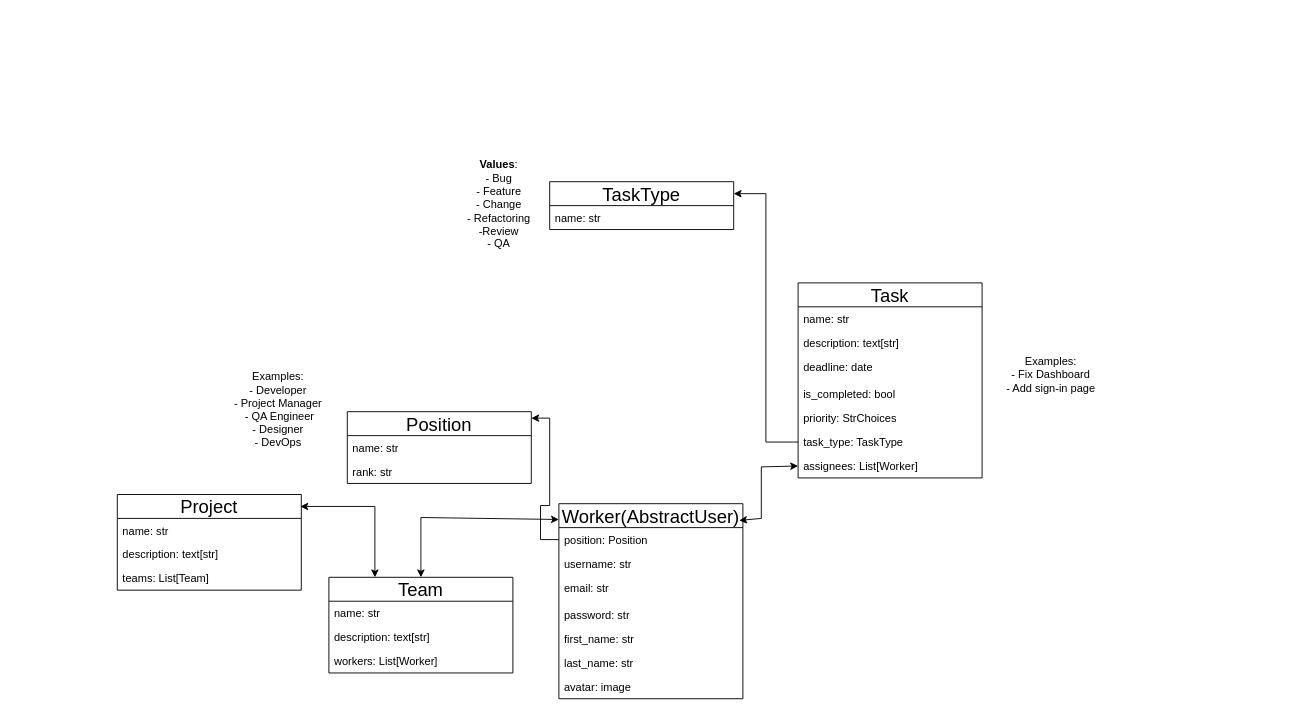
Earlier version of the draw.io diagram database_models.drawio (4Dream-UA/Space.4Dream). Source tidied: cells renumbered, new cells numbered last; positions are measured from the earlier drawing's top-left corner, leaving out a move shared by most shapes. Both pictures are drawn from the tidied source at 92%, with x=0, y=0 at pixel (117, 16).
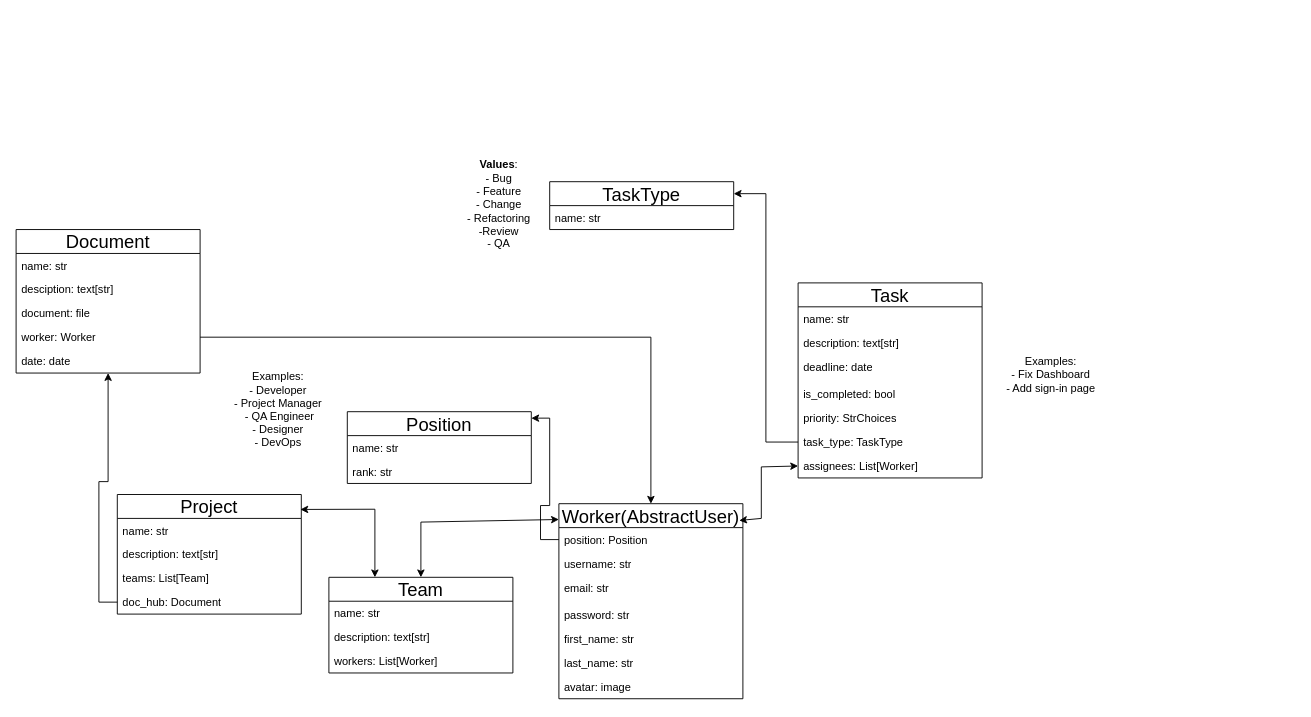
The same page after the edit.

Commit message:
Add document table in uml database_models

The change refers to these unchanged cells:
```xml
<mxCell id="10" value="Worker(AbstractUser)" style="swimlane;fontStyle=0;horizontal=1;startSize=26;fillColor=none;whiteSpace=wrap;html=1;fontSize=20;" parent="1" vertex="1">
  <mxGeometry x="480" y="530" width="200" height="212" as="geometry" />
</mxCell>
<mxCell id="26" value="Team" style="swimlane;fontStyle=0;horizontal=1;startSize=26;fillColor=none;whiteSpace=wrap;html=1;fontSize=20;" parent="1" vertex="1">
  <mxGeometry x="230" y="610" width="200" height="104" as="geometry" />
</mxCell>
```

The edit, as a diff of the source:
```diff
@@
     <mxCell id="30" style="endArrow=classic;startArrow=classic;html=1;rounded=0;entryX=0;entryY=0.081;entryDx=0;entryDy=0;entryPerimeter=0;exitX=0.5;exitY=0;exitDx=0;exitDy=0;" parent="1" edge="1" source="26" target="10">
       <mxGeometry relative="1" as="geometry">
         <Array as="points">
-          <mxPoint x="330" y="545" />
+          <mxPoint x="330" y="550" />
         </Array>
       </mxGeometry>
     </mxCell>
     <mxCell id="31" value="Project" style="swimlane;fontStyle=0;horizontal=1;startSize=26;fillColor=none;whiteSpace=wrap;html=1;fontSize=20;" parent="1" vertex="1">
-      <mxGeometry y="520" width="200" height="104" as="geometry" />
+      <mxGeometry y="520" width="200" height="130" as="geometry" />
     </mxCell>
@@
+    <mxCell id="39" value="doc_hub: Document" style="text;strokeColor=none;fillColor=none;align=left;verticalAlign=top;spacingLeft=4;spacingRight=4;overflow=hidden;points=[[0,0.5],[1,0.5]];portConstraint=eastwest;whiteSpace=wrap;html=1;" parent="31" vertex="1">
+      <mxGeometry y="104" width="200" height="26" as="geometry" />
+    </mxCell>
     <mxCell id="35" style="endArrow=classic;startArrow=classic;html=1;rounded=0;exitX=0.995;exitY=0.125;exitDx=0;exitDy=0;exitPerimeter=0;entryX=0.25;entryY=0;entryDx=0;entryDy=0;" parent="1" edge="1" source="31" target="26">
       <mxGeometry relative="1" as="geometry">
         <Array as="points">
-          <mxPoint x="280" y="533" />
+          <mxPoint x="280" y="536" />
         </Array>
       </mxGeometry>
     </mxCell>
@@
+    <mxCell id="40" value="Document" style="swimlane;fontStyle=0;horizontal=1;startSize=26;fillColor=none;whiteSpace=wrap;html=1;fontSize=20;" parent="1" vertex="1">
+      <mxGeometry x="-110" y="232" width="200" height="156" as="geometry" />
+    </mxCell>
+    <mxCell id="41" value="name: str" style="text;strokeColor=none;fillColor=none;align=left;verticalAlign=top;spacingLeft=4;spacingRight=4;overflow=hidden;whiteSpace=wrap;html=1;" parent="40" vertex="1">
+      <mxGeometry y="26" width="200" height="26" as="geometry" />
+    </mxCell>
+    <mxCell id="42" value="desciption: text[str]" style="text;strokeColor=none;fillColor=none;align=left;verticalAlign=top;spacingLeft=4;spacingRight=4;overflow=hidden;whiteSpace=wrap;html=1;" parent="40" vertex="1">
+      <mxGeometry y="52" width="200" height="26" as="geometry" />
+    </mxCell>
+    <mxCell id="43" value="document: file" style="text;strokeColor=none;fillColor=none;align=left;verticalAlign=top;spacingLeft=4;spacingRight=4;overflow=hidden;whiteSpace=wrap;html=1;" parent="40" vertex="1">
+      <mxGeometry y="78" width="200" height="26" as="geometry" />
+    </mxCell>
+    <mxCell id="44" value="worker: Worker" style="text;strokeColor=none;fillColor=none;align=left;verticalAlign=top;spacingLeft=4;spacingRight=4;overflow=hidden;points=[[0,0.5],[1,0.5]];portConstraint=eastwest;whiteSpace=wrap;html=1;" parent="40" vertex="1">
+      <mxGeometry y="104" width="200" height="26" as="geometry" />
+    </mxCell>
+    <mxCell id="45" value="date: date" style="text;strokeColor=none;fillColor=none;align=left;verticalAlign=top;spacingLeft=4;spacingRight=4;overflow=hidden;whiteSpace=wrap;html=1;" parent="40" vertex="1">
+      <mxGeometry y="130" width="200" height="26" as="geometry" />
+    </mxCell>
+    <mxCell id="46" style="edgeStyle=orthogonalEdgeStyle;rounded=0;jettySize=auto;html=1;" parent="1" edge="1" source="39" target="40">
+      <mxGeometry relative="1" as="geometry" />
+    </mxCell>
+    <mxCell id="47" style="edgeStyle=orthogonalEdgeStyle;rounded=0;jettySize=auto;html=1;entryX=0.5;entryY=0;entryDx=0;entryDy=0;" parent="1" edge="1" source="44" target="10">
+      <mxGeometry relative="1" as="geometry" />
+    </mxCell>
```
